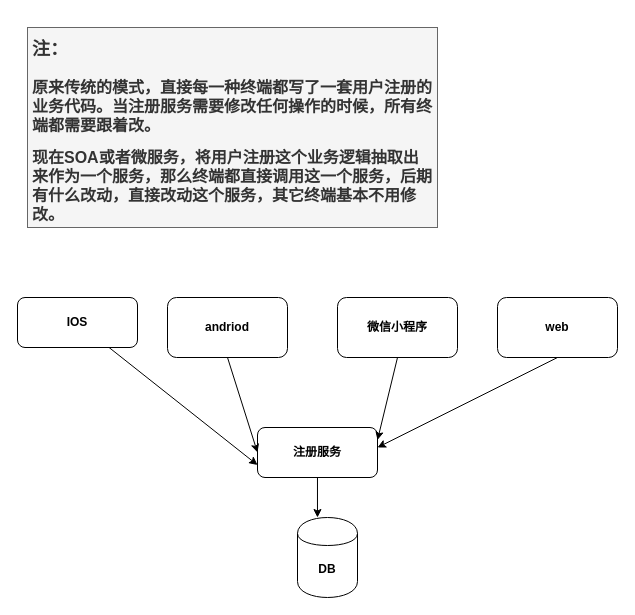
This is soa.drawio from xutingyin/draw, a draw.io file, before an edit. Source tidied: cells renumbered, new cells numbered last; positions are measured from the earlier drawing's top-left corner, leaving out a move shared by most shapes. Both pictures are drawn from the tidied source at 100%, with x=0, y=0 at pixel (17, 27).
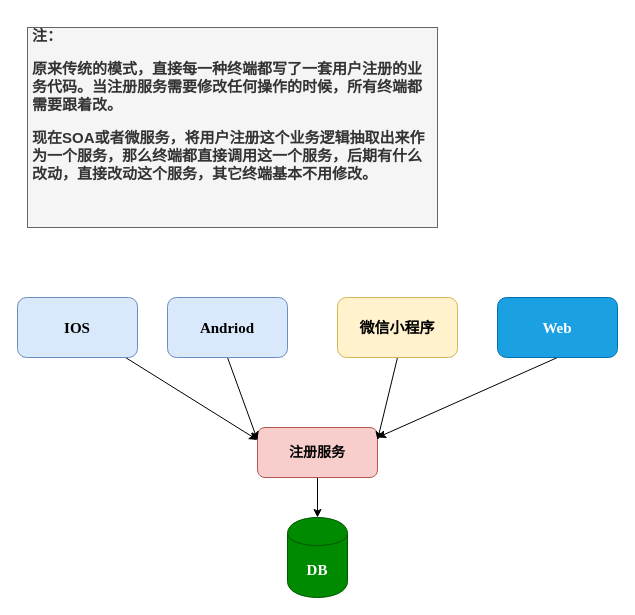
Above is the later version.

What changed in the source:
```diff
@@
 <mxGraphModel>
   <root>
     <mxCell id="0" />
     <mxCell id="1" parent="0" />
-    <mxCell id="2" value="DB" style="shape=cylinder;whiteSpace=wrap;html=1;boundedLbl=1;backgroundOutline=1;fontStyle=1;" parent="1" vertex="1">
-      <mxGeometry x="280" y="490" width="60" height="80" as="geometry" />
+    <mxCell id="2" value="DB" style="shape=cylinder;whiteSpace=wrap;html=1;boundedLbl=1;backgroundOutline=1;fontStyle=1;fontFamily=Times New Roman;fontSize=15;fillColor=#008a00;strokeColor=#005700;fontColor=#ffffff;" parent="1" vertex="1">
+      <mxGeometry x="270" y="490" width="60" height="80" as="geometry" />
     </mxCell>
-    <mxCell id="3" style="edgeStyle=orthogonalEdgeStyle;rounded=0;jettySize=auto;html=1;entryX=0.333;entryY=0;entryDx=0;entryDy=0;entryPerimeter=0;fontStyle=1;" parent="1" edge="1" source="4" target="2">
+    <mxCell id="3" style="edgeStyle=orthogonalEdgeStyle;rounded=0;jettySize=auto;html=1;fontFamily=楷体;fontSize=15;" parent="1" edge="1" source="4" target="2">
       <mxGeometry relative="1" as="geometry" />
     </mxCell>
-    <mxCell id="4" value="注册服务" style="rounded=1;whiteSpace=wrap;html=1;fontStyle=1;" parent="1" vertex="1">
+    <mxCell id="4" value="注册服务" style="rounded=1;whiteSpace=wrap;html=1;fontStyle=1;fontFamily=楷体;fontSize=14;fillColor=#f8cecc;strokeColor=#b85450;" parent="1" vertex="1">
       <mxGeometry x="240" y="400" width="120" height="50" as="geometry" />
     </mxCell>
-    <mxCell id="5" style="rounded=0;jettySize=auto;html=1;entryX=0;entryY=0.75;entryDx=0;entryDy=0;fontStyle=1;" parent="1" edge="1" source="6" target="4">
+    <mxCell id="5" style="rounded=0;jettySize=auto;html=1;entryX=0;entryY=0.25;entryDx=0;entryDy=0;fontStyle=1;" parent="1" edge="1" source="6" target="4">
       <mxGeometry relative="1" as="geometry" />
     </mxCell>
-    <mxCell id="6" value="IOS" style="rounded=1;whiteSpace=wrap;html=1;fontStyle=1;" parent="1" vertex="1">
-      <mxGeometry y="270" width="120" height="50" as="geometry" />
+    <mxCell id="6" value="IOS" style="rounded=1;whiteSpace=wrap;html=1;fontStyle=1;fontFamily=Times New Roman;fontSize=15;fillColor=#dae8fc;strokeColor=#6c8ebf;" parent="1" vertex="1">
+      <mxGeometry y="270" width="120" height="60" as="geometry" />
     </mxCell>
-    <mxCell id="7" style="edgeStyle=none;rounded=0;jettySize=auto;html=1;exitX=0.5;exitY=1;exitDx=0;exitDy=0;entryX=0;entryY=0.5;entryDx=0;entryDy=0;fontStyle=1;" parent="1" edge="1" source="8" target="4">
+    <mxCell id="7" style="edgeStyle=none;rounded=0;jettySize=auto;html=1;exitX=0.5;exitY=1;exitDx=0;exitDy=0;entryX=0;entryY=0.25;entryDx=0;entryDy=0;fontStyle=1;" parent="1" edge="1" source="8" target="4">
       <mxGeometry relative="1" as="geometry" />
     </mxCell>
-    <mxCell id="8" value="andriod" style="rounded=1;whiteSpace=wrap;html=1;fontStyle=1;" parent="1" vertex="1">
+    <mxCell id="8" value="Andriod" style="rounded=1;whiteSpace=wrap;html=1;fontStyle=1;fontFamily=Times New Roman;fontSize=15;fillColor=#dae8fc;strokeColor=#6c8ebf;" parent="1" vertex="1">
       <mxGeometry x="150" y="270" width="120" height="60" as="geometry" />
     </mxCell>
     <mxCell id="9" style="edgeStyle=none;rounded=0;jettySize=auto;html=1;exitX=0.5;exitY=1;exitDx=0;exitDy=0;entryX=1;entryY=0.25;entryDx=0;entryDy=0;fontStyle=1;" parent="1" edge="1" source="10" target="4">
       <mxGeometry relative="1" as="geometry" />
     </mxCell>
-    <mxCell id="10" value="微信小程序" style="rounded=1;whiteSpace=wrap;html=1;fontStyle=1;" parent="1" vertex="1">
+    <mxCell id="10" value="微信小程序" style="rounded=1;whiteSpace=wrap;html=1;fontStyle=1;fontFamily=楷体;fontSize=15;fillColor=#fff2cc;strokeColor=#d6b656;" parent="1" vertex="1">
       <mxGeometry x="320" y="270" width="120" height="60" as="geometry" />
     </mxCell>
     <mxCell id="11" style="edgeStyle=none;rounded=0;jettySize=auto;html=1;exitX=0.5;exitY=1;exitDx=0;exitDy=0;fontStyle=1;" parent="1" edge="1" source="12">
       <mxGeometry relative="1" as="geometry">
-        <mxPoint x="360" y="420" as="targetPoint" />
+        <mxPoint x="360" y="410" as="targetPoint" />
       </mxGeometry>
     </mxCell>
-    <mxCell id="12" value="web" style="rounded=1;whiteSpace=wrap;html=1;fontStyle=1;" parent="1" vertex="1">
+    <mxCell id="12" value="Web" style="rounded=1;whiteSpace=wrap;html=1;fontStyle=1;fontFamily=Times New Roman;fontSize=15;fillColor=#1ba1e2;strokeColor=#006EAF;fontColor=#ffffff;" parent="1" vertex="1">
       <mxGeometry x="480" y="270" width="120" height="60" as="geometry" />
     </mxCell>
-    <mxCell id="13" value="&lt;h1&gt;&lt;font style=&quot;font-size: 18px&quot;&gt;注：&lt;/font&gt;&lt;/h1&gt;&lt;p&gt;&lt;font size=&quot;3&quot;&gt;原来传统的模式，直接每一种终端都写了一套用户注册的业务代码。当注册服务需要修改任何操作的时候，所有终端都需要跟着改。&lt;/font&gt;&lt;/p&gt;&lt;p&gt;&lt;font size=&quot;3&quot;&gt;现在SOA或者微服务，将用户注册这个业务逻辑抽取出来作为一个服务，那么终端都直接调用这一个服务，后期有什么改动，直接改动这个服务，其它终端基本不用修改。&lt;/font&gt;&lt;/p&gt;" style="text;html=1;strokeColor=#666666;fillColor=#f5f5f5;spacing=5;spacingTop=-20;whiteSpace=wrap;overflow=hidden;rounded=0;fontFamily=楷体;fontStyle=1;fontColor=#333333;" parent="1" vertex="1">
+    <mxCell id="13" value="&lt;h1 style=&quot;font-size: 15px;&quot;&gt;&lt;font style=&quot;font-size: 15px;&quot;&gt;注：&lt;/font&gt;&lt;/h1&gt;&lt;p style=&quot;font-size: 15px;&quot;&gt;&lt;font style=&quot;font-size: 15px;&quot;&gt;原来传统的模式，直接每一种终端都写了一套用户注册的业务代码。当注册服务需要修改任何操作的时候，所有终端都需要跟着改。&lt;/font&gt;&lt;/p&gt;&lt;p style=&quot;font-size: 15px;&quot;&gt;&lt;font style=&quot;font-size: 15px;&quot;&gt;现在SOA或者微服务，将用户注册这个业务逻辑抽取出来作为一个服务，那么终端都直接调用这一个服务，后期有什么改动，直接改动这个服务，其它终端基本不用修改。&lt;/font&gt;&lt;/p&gt;" style="text;html=1;spacing=5;spacingTop=-20;whiteSpace=wrap;overflow=hidden;rounded=0;fontFamily=楷体;fontStyle=1;fontSize=15;fillColor=#f5f5f5;strokeColor=#666666;fontColor=#333333;" parent="1" vertex="1">
       <mxGeometry x="10" width="410" height="200" as="geometry" />
     </mxCell>
   </root>
 </mxGraphModel>
```
